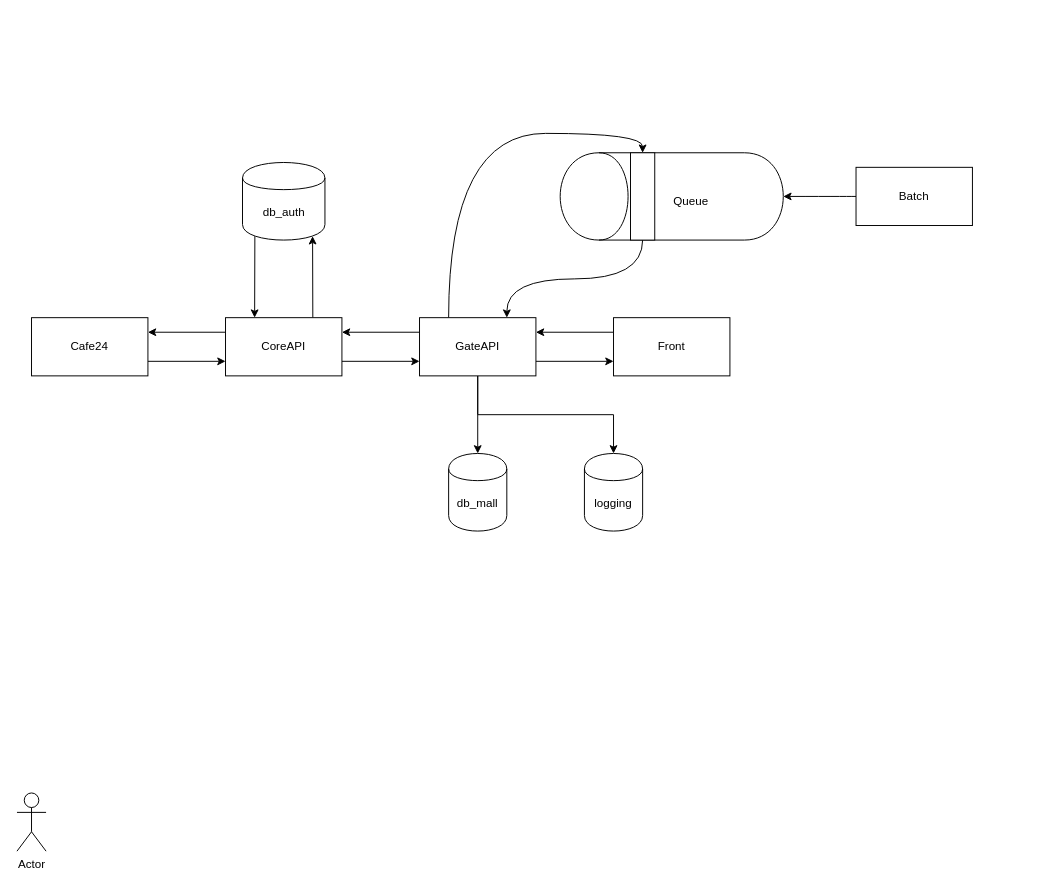
This is Untitled Diagram.drawio from kancho33/Luna_Architecture, a draw.io file, before an edit. Source tidied: cells renumbered, new cells numbered last; positions are measured from the earlier drawing's top-left corner, leaving out a move shared by most shapes. Both pictures are drawn from the tidied source at 97%, with x=0, y=0 at pixel (16, 84).
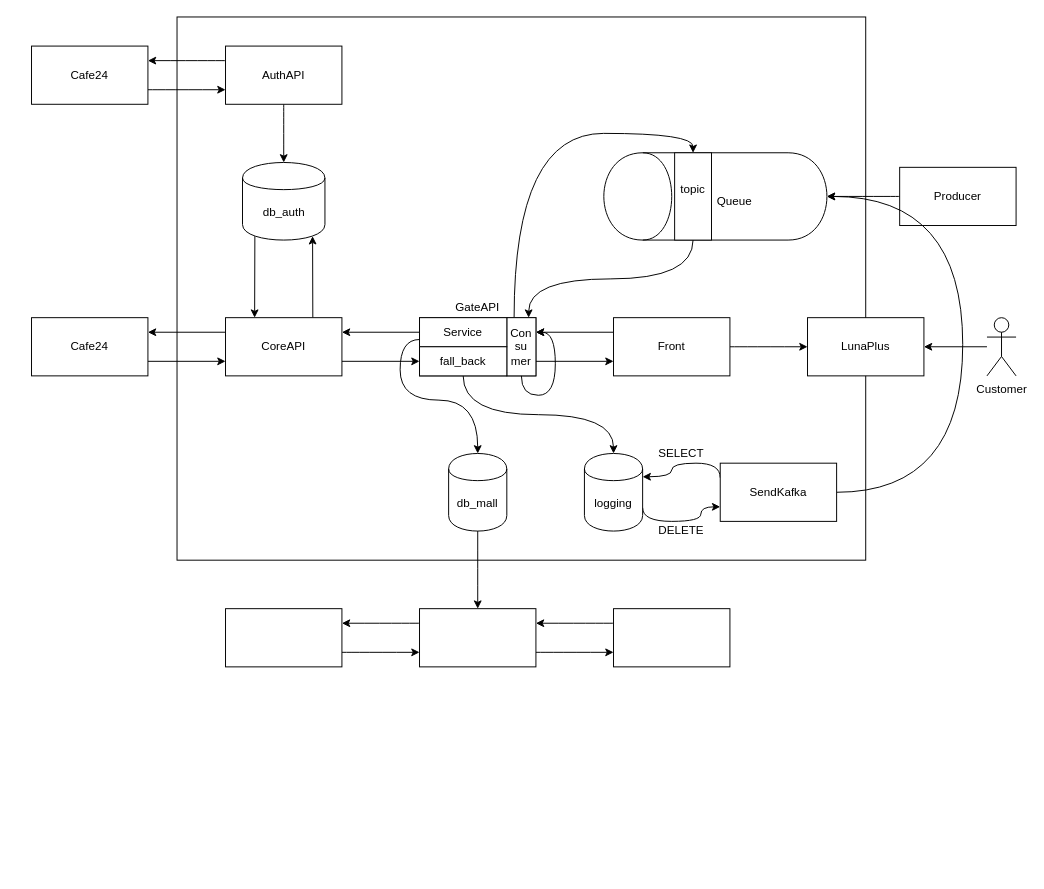
The same page after the edit.

Unchanged cells that the change refers to:
```xml
<mxCell id="8" value="CoreAPI" style="rounded=0;whiteSpace=wrap;html=1;" parent="1" vertex="1">
  <mxGeometry x="215" y="240" width="120" height="60" as="geometry" />
</mxCell>
<mxCell id="16" value="Front" style="rounded=0;whiteSpace=wrap;html=1;" parent="1" vertex="1">
  <mxGeometry x="615" y="240" width="120" height="60" as="geometry" />
</mxCell>
<mxCell id="17" value="db_mall" style="shape=cylinder;whiteSpace=wrap;html=1;boundedLbl=1;backgroundOutline=1;" parent="1" vertex="1">
  <mxGeometry x="445" y="380" width="60" height="80" as="geometry" />
</mxCell>
<mxCell id="18" value="logging" style="shape=cylinder;whiteSpace=wrap;html=1;boundedLbl=1;backgroundOutline=1;" parent="1" vertex="1">
  <mxGeometry x="585" y="380" width="60" height="80" as="geometry" />
</mxCell>
<mxCell id="20" value="db_auth" style="shape=cylinder;whiteSpace=wrap;html=1;boundedLbl=1;backgroundOutline=1;" parent="1" vertex="1">
  <mxGeometry x="232.5" y="80" width="85" height="80" as="geometry" />
</mxCell>
```

Change to the diagram source:
```diff
@@
+    <mxCell id="27" style="rounded=0;whiteSpace=wrap;html=1;" parent="1" vertex="1">
+      <mxGeometry x="165" y="-70" width="710" height="560" as="geometry" />
+    </mxCell>
     <mxCell id="2" style="shape=cylinder;whiteSpace=wrap;html=1;boundedLbl=1;backgroundOutline=1;rotation=-90;" parent="1" vertex="1">
-      <mxGeometry x="630" width="90" height="230" as="geometry" />
+      <mxGeometry x="675" width="90" height="230" as="geometry" />
     </mxCell>
@@
+    <mxCell id="28" style="edgeStyle=orthogonalEdgeStyle;curved=1;rounded=0;jettySize=auto;html=1;" parent="1" edge="1" source="30" target="20">
+      <mxGeometry relative="1" as="geometry" />
+    </mxCell>
+    <mxCell id="29" style="edgeStyle=orthogonalEdgeStyle;curved=1;rounded=0;jettySize=auto;html=1;exitX=0;exitY=0.25;exitDx=0;exitDy=0;entryX=1;entryY=0.25;entryDx=0;entryDy=0;" parent="1" edge="1" source="30" target="32">
+      <mxGeometry relative="1" as="geometry" />
+    </mxCell>
+    <mxCell id="30" value="AuthAPI" style="rounded=0;whiteSpace=wrap;html=1;" parent="1" vertex="1">
+      <mxGeometry x="215" y="-40" width="120" height="60" as="geometry" />
+    </mxCell>
+    <mxCell id="31" style="edgeStyle=orthogonalEdgeStyle;curved=1;rounded=0;jettySize=auto;html=1;exitX=1;exitY=0.75;exitDx=0;exitDy=0;entryX=0;entryY=0.75;entryDx=0;entryDy=0;" parent="1" edge="1" source="32" target="30">
+      <mxGeometry relative="1" as="geometry" />
+    </mxCell>
+    <mxCell id="32" value="Cafe24" style="rounded=0;whiteSpace=wrap;html=1;" parent="1" vertex="1">
+      <mxGeometry x="15" y="-40" width="120" height="60" as="geometry" />
+    </mxCell>
@@
-    <mxCell id="9" style="edgeStyle=orthogonalEdgeStyle;rounded=0;jettySize=auto;html=1;exitX=0;exitY=0.25;exitDx=0;exitDy=0;entryX=1;entryY=0.25;entryDx=0;entryDy=0;" parent="1" edge="1" source="14" target="8">
-      <mxGeometry relative="1" as="geometry" />
-    </mxCell>
@@
-    <mxCell id="11" style="edgeStyle=orthogonalEdgeStyle;rounded=0;jettySize=auto;html=1;" parent="1" edge="1" source="14">
-      <mxGeometry relative="1" as="geometry">
-        <mxPoint x="475" y="380" as="targetPoint" />
-      </mxGeometry>
-    </mxCell>
-    <mxCell id="12" style="edgeStyle=orthogonalEdgeStyle;rounded=0;jettySize=auto;html=1;exitX=0.5;exitY=1;exitDx=0;exitDy=0;entryX=0.5;entryY=0;entryDx=0;entryDy=0;" parent="1" edge="1" source="14" target="18">
-      <mxGeometry relative="1" as="geometry" />
-    </mxCell>
-    <mxCell id="13" style="edgeStyle=orthogonalEdgeStyle;curved=1;rounded=0;jettySize=auto;html=1;exitX=0.25;exitY=0;exitDx=0;exitDy=0;entryX=0.5;entryY=0;entryDx=0;entryDy=0;" parent="1" edge="1" source="14" target="22">
-      <mxGeometry relative="1" as="geometry" />
-    </mxCell>
-    <mxCell id="14" value="GateAPI" style="rounded=0;whiteSpace=wrap;html=1;" parent="1" vertex="1">
+    <mxCell id="14" style="rounded=0;whiteSpace=wrap;html=1;" parent="1" vertex="1">
       <mxGeometry x="415" y="240" width="120" height="60" as="geometry" />
     </mxCell>
@@
+    <mxCell id="33" style="edgeStyle=orthogonalEdgeStyle;curved=1;rounded=0;jettySize=auto;html=1;" parent="1" edge="1" source="16" target="34">
+      <mxGeometry relative="1" as="geometry" />
+    </mxCell>
@@
+    <mxCell id="34" value="LunaPlus" style="rounded=0;whiteSpace=wrap;html=1;" parent="1" vertex="1">
+      <mxGeometry x="815" y="240" width="120" height="60" as="geometry" />
+    </mxCell>
+    <mxCell id="35" style="edgeStyle=orthogonalEdgeStyle;curved=1;rounded=0;jettySize=auto;html=1;" parent="1" edge="1" source="17">
+      <mxGeometry relative="1" as="geometry">
+        <mxPoint x="475" y="540" as="targetPoint" />
+      </mxGeometry>
+    </mxCell>
@@
+    <mxCell id="36" style="edgeStyle=orthogonalEdgeStyle;curved=1;rounded=0;jettySize=auto;html=1;exitX=1;exitY=0.7;exitDx=0;exitDy=0;entryX=0;entryY=0.75;entryDx=0;entryDy=0;" parent="1" edge="1" source="18" target="44">
+      <mxGeometry relative="1" as="geometry">
+        <Array as="points">
+          <mxPoint x="645" y="450" />
+          <mxPoint x="705" y="450" />
+          <mxPoint x="705" y="435" />
+        </Array>
+      </mxGeometry>
+    </mxCell>
@@
-    <mxCell id="21" style="edgeStyle=orthogonalEdgeStyle;curved=1;rounded=0;jettySize=auto;html=1;exitX=0.5;exitY=1;exitDx=0;exitDy=0;entryX=0.75;entryY=0;entryDx=0;entryDy=0;" parent="1" edge="1" source="22" target="14">
-      <mxGeometry relative="1" as="geometry" />
-    </mxCell>
+    <mxCell id="37" style="edgeStyle=orthogonalEdgeStyle;rounded=0;jettySize=auto;html=1;exitX=0.5;exitY=1;exitDx=0;exitDy=0;entryX=0.75;entryY=0;entryDx=0;entryDy=0;curved=1;" parent="1" edge="1" source="22" target="40">
+      <mxGeometry relative="1" as="geometry" />
+    </mxCell>
-    <mxCell id="22" style="rounded=0;whiteSpace=wrap;html=1;" parent="1" vertex="1">
-      <mxGeometry x="632.5" y="70" width="25" height="90" as="geometry" />
+    <mxCell id="22" value="topic&lt;br&gt;&lt;br&gt;" style="rounded=0;whiteSpace=wrap;html=1;" parent="1" vertex="1">
+      <mxGeometry x="678" y="70" width="38" height="90" as="geometry" />
     </mxCell>
@@
-    <mxCell id="24" value="Batch&lt;br&gt;" style="rounded=0;whiteSpace=wrap;html=1;" parent="1" vertex="1">
-      <mxGeometry x="865" y="85" width="120" height="60" as="geometry" />
+    <mxCell id="24" value="Producer&lt;br&gt;" style="rounded=0;whiteSpace=wrap;html=1;" parent="1" vertex="1">
+      <mxGeometry x="910" y="85" width="120" height="60" as="geometry" />
     </mxCell>
     <mxCell id="25" value="Queue" style="text;html=1;strokeColor=none;fillColor=none;align=center;verticalAlign=middle;whiteSpace=wrap;rounded=0;" parent="1" vertex="1">
-      <mxGeometry x="675" y="110" width="40" height="20" as="geometry" />
+      <mxGeometry x="720" y="110" width="40" height="20" as="geometry" />
     </mxCell>
+    <mxCell id="38" style="edgeStyle=none;rounded=0;jettySize=auto;html=1;entryX=1;entryY=0.5;entryDx=0;entryDy=0;" parent="1" edge="1" source="26" target="34">
+      <mxGeometry relative="1" as="geometry" />
+    </mxCell>
-    <mxCell id="26" value="Actor" style="shape=umlActor;verticalLabelPosition=bottom;labelBackgroundColor=#ffffff;verticalAlign=top;html=1;outlineConnect=0;" parent="1" vertex="1">
-      <mxGeometry y="730" width="30" height="60" as="geometry" />
+    <mxCell id="26" value="Customer" style="shape=umlActor;verticalLabelPosition=bottom;labelBackgroundColor=#ffffff;verticalAlign=top;html=1;outlineConnect=0;" parent="1" vertex="1">
+      <mxGeometry x="1000" y="240" width="30" height="60" as="geometry" />
     </mxCell>
+    <mxCell id="39" style="edgeStyle=orthogonalEdgeStyle;curved=1;rounded=0;jettySize=auto;html=1;exitX=0.25;exitY=0;exitDx=0;exitDy=0;entryX=0.5;entryY=0;entryDx=0;entryDy=0;" parent="1" edge="1" source="40" target="22">
+      <mxGeometry relative="1" as="geometry" />
+    </mxCell>
+    <mxCell id="40" value="Con&lt;br&gt;su&lt;br&gt;mer" style="rounded=0;whiteSpace=wrap;html=1;" parent="1" vertex="1">
+      <mxGeometry x="505" y="240" width="30" height="60" as="geometry" />
+    </mxCell>
+    <mxCell id="41" style="edgeStyle=orthogonalEdgeStyle;curved=1;rounded=0;orthogonalLoop=1;jettySize=auto;html=1;exitX=0.5;exitY=1;exitDx=0;exitDy=0;entryX=1;entryY=0.25;entryDx=0;entryDy=0;" parent="1" edge="1" source="40" target="40">
+      <mxGeometry relative="1" as="geometry" />
+    </mxCell>
+    <mxCell id="42" style="edgeStyle=orthogonalEdgeStyle;curved=1;rounded=0;jettySize=auto;html=1;exitX=1;exitY=0.5;exitDx=0;exitDy=0;entryX=0.5;entryY=1;entryDx=0;entryDy=0;" parent="1" edge="1" source="44" target="2">
+      <mxGeometry relative="1" as="geometry">
+        <Array as="points">
+          <mxPoint x="975" y="420" />
+          <mxPoint x="975" y="115" />
+        </Array>
+      </mxGeometry>
+    </mxCell>
+    <mxCell id="43" style="edgeStyle=orthogonalEdgeStyle;curved=1;rounded=0;jettySize=auto;html=1;exitX=0;exitY=0.25;exitDx=0;exitDy=0;entryX=1;entryY=0.3;entryDx=0;entryDy=0;" parent="1" edge="1" source="44" target="18">
+      <mxGeometry relative="1" as="geometry">
+        <Array as="points">
+          <mxPoint x="725" y="390" />
+          <mxPoint x="675" y="390" />
+          <mxPoint x="675" y="404" />
+        </Array>
+      </mxGeometry>
+    </mxCell>
+    <mxCell id="44" value="SendKafka" style="rounded=0;whiteSpace=wrap;html=1;" parent="1" vertex="1">
+      <mxGeometry x="725" y="390" width="120" height="60" as="geometry" />
+    </mxCell>
+    <mxCell id="45" value="GateAPI" style="text;html=1;strokeColor=none;fillColor=none;align=center;verticalAlign=middle;whiteSpace=wrap;rounded=0;" parent="1" vertex="1">
+      <mxGeometry x="415" y="220" width="120" height="20" as="geometry" />
+    </mxCell>
+    <mxCell id="46" style="edgeStyle=orthogonalEdgeStyle;curved=1;rounded=0;jettySize=auto;html=1;exitX=0;exitY=0.75;exitDx=0;exitDy=0;entryX=0.5;entryY=0;entryDx=0;entryDy=0;" parent="1" edge="1" source="48" target="17">
+      <mxGeometry relative="1" as="geometry" />
+    </mxCell>
+    <mxCell id="47" style="edgeStyle=none;rounded=0;jettySize=auto;html=1;exitX=0;exitY=0.5;exitDx=0;exitDy=0;entryX=1;entryY=0.25;entryDx=0;entryDy=0;" parent="1" edge="1" source="48" target="8">
+      <mxGeometry relative="1" as="geometry" />
+    </mxCell>
+    <mxCell id="48" value="Service" style="rounded=0;whiteSpace=wrap;html=1;" parent="1" vertex="1">
+      <mxGeometry x="415" y="240" width="90" height="30" as="geometry" />
+    </mxCell>
+    <mxCell id="49" style="edgeStyle=orthogonalEdgeStyle;curved=1;rounded=0;jettySize=auto;html=1;exitX=0.5;exitY=1;exitDx=0;exitDy=0;entryX=0.5;entryY=0;entryDx=0;entryDy=0;" parent="1" edge="1" source="50" target="18">
+      <mxGeometry relative="1" as="geometry" />
+    </mxCell>
+    <mxCell id="50" value="fall_back" style="rounded=0;whiteSpace=wrap;html=1;" parent="1" vertex="1">
+      <mxGeometry x="415" y="270" width="90" height="30" as="geometry" />
+    </mxCell>
+    <mxCell id="51" value="SELECT" style="text;html=1;strokeColor=none;fillColor=none;align=center;verticalAlign=middle;whiteSpace=wrap;rounded=0;" parent="1" vertex="1">
+      <mxGeometry x="665" y="370" width="40" height="20" as="geometry" />
+    </mxCell>
+    <mxCell id="52" value="DELETE" style="text;html=1;strokeColor=none;fillColor=none;align=center;verticalAlign=middle;whiteSpace=wrap;rounded=0;" parent="1" vertex="1">
+      <mxGeometry x="665" y="450" width="40" height="20" as="geometry" />
+    </mxCell>
+    <mxCell id="53" style="edgeStyle=orthogonalEdgeStyle;curved=1;rounded=0;jettySize=auto;html=1;exitX=1;exitY=0.75;exitDx=0;exitDy=0;entryX=0;entryY=0.75;entryDx=0;entryDy=0;" parent="1" edge="1" source="55" target="57">
+      <mxGeometry relative="1" as="geometry" />
+    </mxCell>
+    <mxCell id="54" style="edgeStyle=orthogonalEdgeStyle;curved=1;rounded=0;jettySize=auto;html=1;exitX=0;exitY=0.25;exitDx=0;exitDy=0;entryX=1;entryY=0.25;entryDx=0;entryDy=0;" parent="1" edge="1" source="55" target="59">
+      <mxGeometry relative="1" as="geometry" />
+    </mxCell>
+    <mxCell id="55" style="rounded=0;whiteSpace=wrap;html=1;" parent="1" vertex="1">
+      <mxGeometry x="415" y="540" width="120" height="60" as="geometry" />
+    </mxCell>
+    <mxCell id="56" style="edgeStyle=orthogonalEdgeStyle;curved=1;rounded=0;jettySize=auto;html=1;exitX=0;exitY=0.25;exitDx=0;exitDy=0;entryX=1;entryY=0.25;entryDx=0;entryDy=0;" parent="1" edge="1" source="57" target="55">
+      <mxGeometry relative="1" as="geometry" />
+    </mxCell>
+    <mxCell id="57" style="rounded=0;whiteSpace=wrap;html=1;" parent="1" vertex="1">
+      <mxGeometry x="615" y="540" width="120" height="60" as="geometry" />
+    </mxCell>
+    <mxCell id="58" style="edgeStyle=orthogonalEdgeStyle;curved=1;rounded=0;jettySize=auto;html=1;exitX=1;exitY=0.75;exitDx=0;exitDy=0;entryX=0;entryY=0.75;entryDx=0;entryDy=0;" parent="1" edge="1" source="59" target="55">
+      <mxGeometry relative="1" as="geometry" />
+    </mxCell>
+    <mxCell id="59" style="rounded=0;whiteSpace=wrap;html=1;" parent="1" vertex="1">
+      <mxGeometry x="215" y="540" width="120" height="60" as="geometry" />
+    </mxCell>
```
